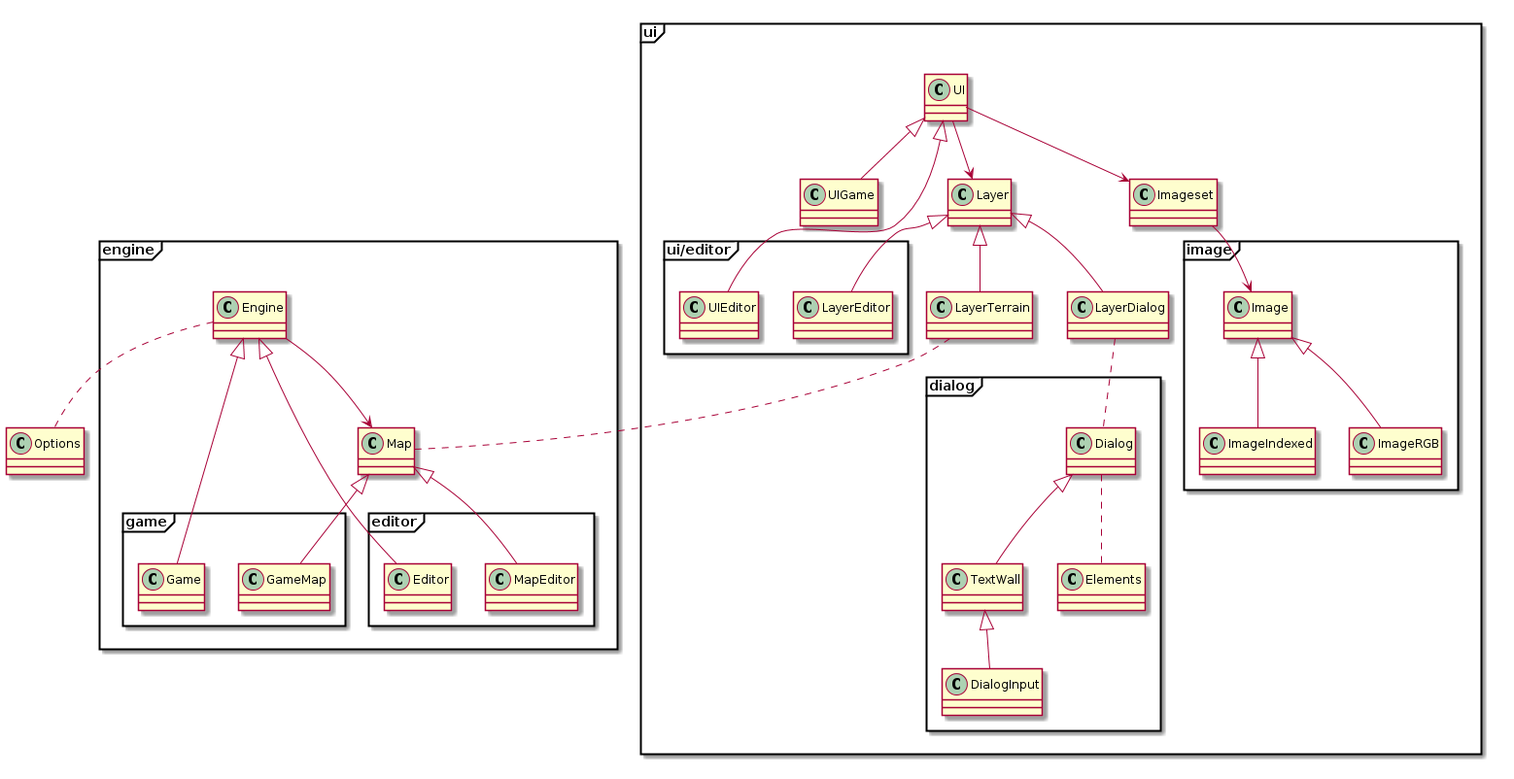
Earlier version of the PlantUML export new/doc/classes.png (andrenho/newhope).
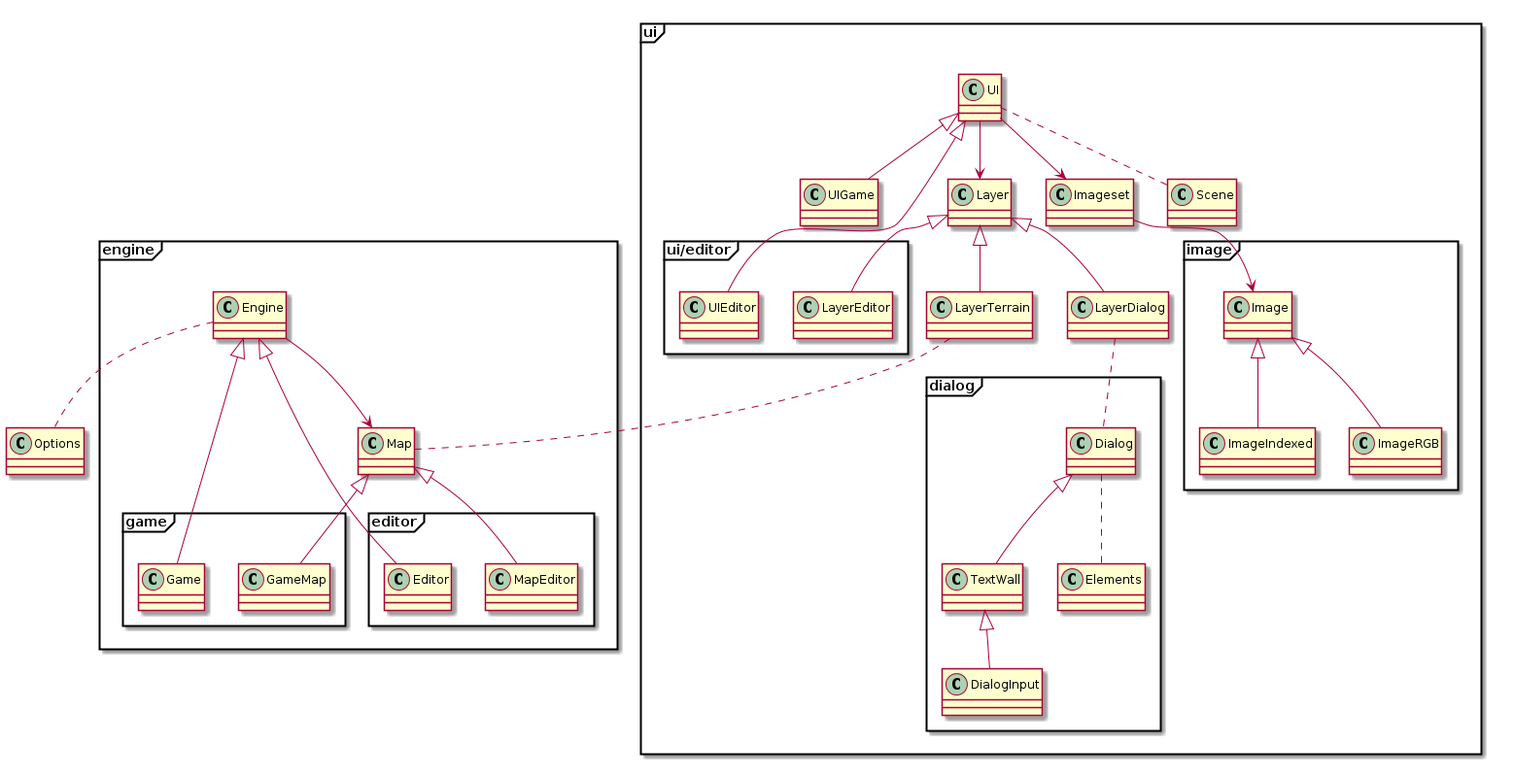
After the commit.

Diff of the diagram source:
```diff
@@ -28,6 +28,7 @@
   class LayerDialog
   class UI
   class UIGame
+  class Scene
 
   package dialog <<Frame>> {
     class Dialog
@@ -65,5 +66,6 @@
 TextWall <|-- DialogInput
 Layer <|-- LayerEditor
 Dialog .. Elements
+UI .. Scene
 
 @enduml
```
